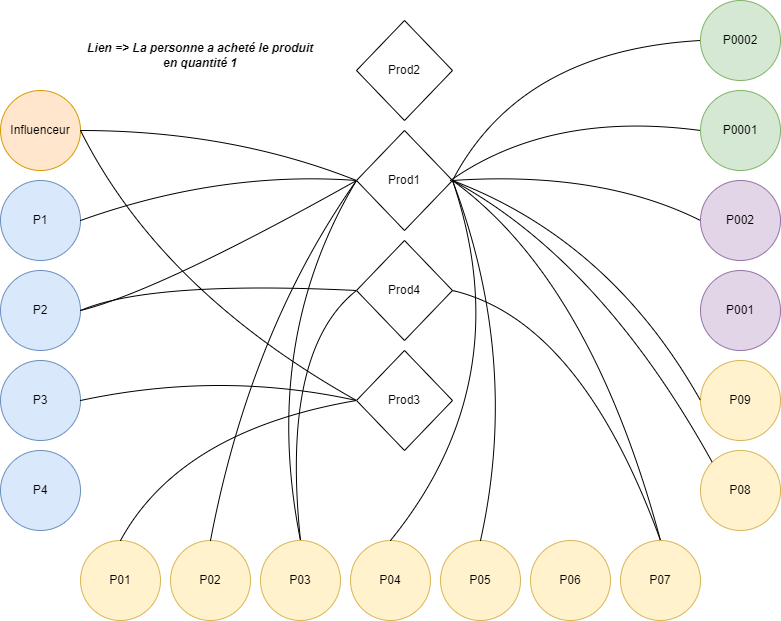
KontainPluton/tp_nosql_vs_sql keeps this draw.io diagram as doc/schemas/DiagrammePersonnesProduits-Produits.png. Above is the earlier version. Source tidied: cells renumbered, new cells last; positions are measured from the earlier drawing's top-left corner, leaving out a move shared by most shapes.
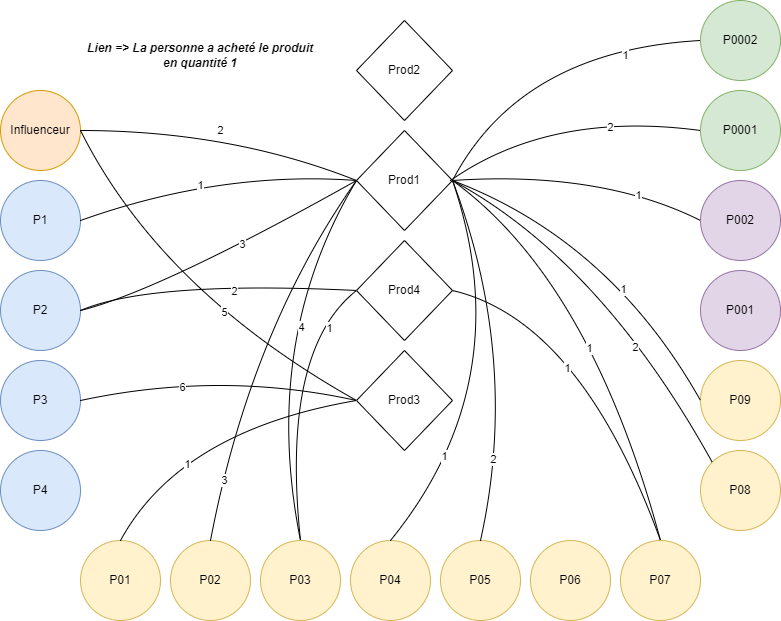
The same file after the commit.

Commit message:
Update diagram and add quantity

Change to the diagram source:
```diff
@@ -75,6 +75,11 @@
         </Array>
       </mxGeometry>
     </mxCell>
+    <mxCell id="44" value="2" style="edgeLabel;html=1;align=center;verticalAlign=middle;" parent="24" vertex="1">
+      <mxGeometry x="0.32" y="-7" relative="1" as="geometry">
+        <mxPoint x="-43" y="-21" as="offset" />
+      </mxGeometry>
+    </mxCell>
     <mxCell id="25" style="endArrow=none;html=1;curved=1;exitX=1;exitY=0.5;exitDx=0;exitDy=0;entryX=0;entryY=0.5;entryDx=0;entryDy=0;" parent="1" edge="1" source="3" target="20">
       <mxGeometry relative="1" as="geometry">
         <Array as="points">
@@ -82,6 +87,9 @@
         </Array>
       </mxGeometry>
     </mxCell>
+    <mxCell id="45" value="1" style="edgeLabel;html=1;align=center;verticalAlign=middle;" parent="25" vertex="1">
+      <mxGeometry x="-0.13" y="-7" relative="1" as="geometry" />
+    </mxCell>
     <mxCell id="26" style="endArrow=none;html=1;curved=1;exitX=1;exitY=0.5;exitDx=0;exitDy=0;entryX=0;entryY=0.5;entryDx=0;entryDy=0;" parent="1" edge="1" source="4" target="21">
       <mxGeometry relative="1" as="geometry">
         <Array as="points">
@@ -89,6 +97,9 @@
         </Array>
       </mxGeometry>
     </mxCell>
+    <mxCell id="46" value="2" style="edgeLabel;html=1;align=center;verticalAlign=middle;" parent="26" vertex="1">
+      <mxGeometry x="0.14" y="-6" relative="1" as="geometry" />
+    </mxCell>
     <mxCell id="27" style="endArrow=none;html=1;curved=1;exitX=1;exitY=0.5;exitDx=0;exitDy=0;entryX=0;entryY=0.5;entryDx=0;entryDy=0;" parent="1" edge="1" source="5" target="23">
       <mxGeometry relative="1" as="geometry">
         <Array as="points">
@@ -96,6 +107,9 @@
         </Array>
       </mxGeometry>
     </mxCell>
+    <mxCell id="47" value="6" style="edgeLabel;html=1;align=center;verticalAlign=middle;" parent="27" vertex="1">
+      <mxGeometry x="-0.27" y="-8" relative="1" as="geometry" />
+    </mxCell>
     <mxCell id="28" style="endArrow=none;html=1;curved=1;exitX=0;exitY=0.5;exitDx=0;exitDy=0;entryX=1;entryY=0.5;entryDx=0;entryDy=0;" parent="1" edge="1" source="19" target="20">
       <mxGeometry relative="1" as="geometry">
         <Array as="points">
@@ -103,6 +117,9 @@
         </Array>
       </mxGeometry>
     </mxCell>
+    <mxCell id="48" value="1" style="edgeLabel;html=1;align=center;verticalAlign=middle;" parent="28" vertex="1">
+      <mxGeometry x="-0.54" y="10" relative="1" as="geometry" />
+    </mxCell>
     <mxCell id="29" style="endArrow=none;html=1;curved=1;exitX=0;exitY=0.5;exitDx=0;exitDy=0;" parent="1" edge="1" source="18">
       <mxGeometry relative="1" as="geometry">
         <mxPoint x="450" y="180" as="targetPoint" />
@@ -111,6 +128,9 @@
         </Array>
       </mxGeometry>
     </mxCell>
+    <mxCell id="49" value="2" style="edgeLabel;html=1;align=center;verticalAlign=middle;" parent="29" vertex="1">
+      <mxGeometry x="-0.34" y="8" relative="1" as="geometry" />
+    </mxCell>
     <mxCell id="30" style="endArrow=none;html=1;curved=1;exitX=1;exitY=0.5;exitDx=0;exitDy=0;entryX=0;entryY=0.5;entryDx=0;entryDy=0;" parent="1" edge="1" source="4" target="20">
       <mxGeometry relative="1" as="geometry">
         <Array as="points">
@@ -118,6 +138,9 @@
         </Array>
       </mxGeometry>
     </mxCell>
+    <mxCell id="50" value="3" style="edgeLabel;html=1;align=center;verticalAlign=middle;" parent="30" vertex="1">
+      <mxGeometry x="0.14" y="1" relative="1" as="geometry" />
+    </mxCell>
     <mxCell id="31" style="endArrow=none;html=1;curved=1;exitX=1;exitY=0.5;exitDx=0;exitDy=0;entryX=0;entryY=0.5;entryDx=0;entryDy=0;" parent="1" edge="1" source="20" target="17">
       <mxGeometry relative="1" as="geometry">
         <Array as="points">
@@ -125,6 +148,9 @@
         </Array>
       </mxGeometry>
     </mxCell>
+    <mxCell id="51" value="1" style="edgeLabel;html=1;align=center;verticalAlign=middle;" parent="31" vertex="1">
+      <mxGeometry x="0.48" y="-5" relative="1" as="geometry" />
+    </mxCell>
     <mxCell id="32" style="endArrow=none;html=1;curved=1;exitX=1;exitY=0.5;exitDx=0;exitDy=0;entryX=0;entryY=0.5;entryDx=0;entryDy=0;" parent="1" edge="1" source="20" target="15">
       <mxGeometry relative="1" as="geometry">
         <Array as="points">
@@ -132,6 +158,9 @@
         </Array>
       </mxGeometry>
     </mxCell>
+    <mxCell id="52" value="1" style="edgeLabel;html=1;align=center;verticalAlign=middle;" parent="32" vertex="1">
+      <mxGeometry x="0.23" y="-13" relative="1" as="geometry" />
+    </mxCell>
     <mxCell id="33" style="endArrow=none;html=1;curved=1;exitX=1;exitY=0.5;exitDx=0;exitDy=0;entryX=0;entryY=0;entryDx=0;entryDy=0;" parent="1" edge="1" source="20" target="14">
       <mxGeometry relative="1" as="geometry">
         <Array as="points">
@@ -139,6 +168,9 @@
         </Array>
       </mxGeometry>
     </mxCell>
+    <mxCell id="53" value="2" style="edgeLabel;html=1;align=center;verticalAlign=middle;" parent="33" vertex="1">
+      <mxGeometry x="0.31" y="-12" relative="1" as="geometry" />
+    </mxCell>
     <mxCell id="34" style="endArrow=none;html=1;curved=1;exitX=1;exitY=0.5;exitDx=0;exitDy=0;entryX=0.5;entryY=0;entryDx=0;entryDy=0;" parent="1" edge="1" source="20" target="13">
       <mxGeometry relative="1" as="geometry">
         <Array as="points">
@@ -146,6 +178,9 @@
         </Array>
       </mxGeometry>
     </mxCell>
+    <mxCell id="54" value="1" style="edgeLabel;html=1;align=center;verticalAlign=middle;" parent="34" vertex="1">
+      <mxGeometry x="0.07" y="-19" relative="1" as="geometry" />
+    </mxCell>
     <mxCell id="35" style="endArrow=none;html=1;curved=1;exitX=1;exitY=0.5;exitDx=0;exitDy=0;" parent="1" edge="1" source="21">
       <mxGeometry relative="1" as="geometry">
         <mxPoint x="660" y="540" as="targetPoint" />
@@ -154,6 +189,9 @@
         </Array>
       </mxGeometry>
     </mxCell>
+    <mxCell id="55" value="1" style="edgeLabel;html=1;align=center;verticalAlign=middle;" parent="35" vertex="1">
+      <mxGeometry x="-0.06" y="-29" relative="1" as="geometry" />
+    </mxCell>
     <mxCell id="36" style="endArrow=none;html=1;curved=1;exitX=0.5;exitY=0;exitDx=0;exitDy=0;entryX=1;entryY=0.5;entryDx=0;entryDy=0;" parent="1" edge="1" source="11" target="20">
       <mxGeometry relative="1" as="geometry">
         <Array as="points">
@@ -161,6 +199,9 @@
         </Array>
       </mxGeometry>
     </mxCell>
+    <mxCell id="56" value="2" style="edgeLabel;html=1;align=center;verticalAlign=middle;" parent="36" vertex="1">
+      <mxGeometry x="-0.57" y="5" relative="1" as="geometry" />
+    </mxCell>
     <mxCell id="37" style="endArrow=none;html=1;curved=1;exitX=0.5;exitY=0;exitDx=0;exitDy=0;entryX=1;entryY=0.5;entryDx=0;entryDy=0;" parent="1" edge="1" source="10" target="20">
       <mxGeometry relative="1" as="geometry">
         <Array as="points">
@@ -168,6 +209,9 @@
         </Array>
       </mxGeometry>
     </mxCell>
+    <mxCell id="57" value="1" style="edgeLabel;html=1;align=center;verticalAlign=middle;" parent="37" vertex="1">
+      <mxGeometry x="-0.53" y="12" relative="1" as="geometry" />
+    </mxCell>
     <mxCell id="38" style="endArrow=none;html=1;curved=1;exitX=0.5;exitY=0;exitDx=0;exitDy=0;entryX=0;entryY=0.5;entryDx=0;entryDy=0;" parent="1" edge="1" source="9" target="20">
       <mxGeometry relative="1" as="geometry">
         <Array as="points">
@@ -175,6 +219,9 @@
         </Array>
       </mxGeometry>
     </mxCell>
+    <mxCell id="58" value="4" style="edgeLabel;html=1;align=center;verticalAlign=middle;" parent="38" vertex="1">
+      <mxGeometry x="0.21" y="-28" relative="1" as="geometry" />
+    </mxCell>
     <mxCell id="39" style="endArrow=none;html=1;curved=1;exitX=0.5;exitY=0;exitDx=0;exitDy=0;entryX=0;entryY=0.5;entryDx=0;entryDy=0;" parent="1" edge="1" source="9" target="21">
       <mxGeometry relative="1" as="geometry">
         <Array as="points">
@@ -182,6 +229,9 @@
         </Array>
       </mxGeometry>
     </mxCell>
+    <mxCell id="59" value="1" style="edgeLabel;html=1;align=center;verticalAlign=middle;" parent="39" vertex="1">
+      <mxGeometry x="0.69" y="-12" relative="1" as="geometry" />
+    </mxCell>
     <mxCell id="40" style="endArrow=none;html=1;curved=1;exitX=0.5;exitY=0;exitDx=0;exitDy=0;entryX=0;entryY=0.5;entryDx=0;entryDy=0;" parent="1" edge="1" source="8" target="20">
       <mxGeometry relative="1" as="geometry">
         <Array as="points">
@@ -189,6 +239,9 @@
         </Array>
       </mxGeometry>
     </mxCell>
+    <mxCell id="60" value="3" style="edgeLabel;html=1;align=center;verticalAlign=middle;" parent="40" vertex="1">
+      <mxGeometry x="-0.69" y="-2" relative="1" as="geometry" />
+    </mxCell>
     <mxCell id="41" style="endArrow=none;html=1;curved=1;exitX=0.5;exitY=0;exitDx=0;exitDy=0;entryX=0;entryY=0.5;entryDx=0;entryDy=0;" parent="1" edge="1" source="7" target="23">
       <mxGeometry relative="1" as="geometry">
         <Array as="points">
@@ -196,6 +249,9 @@
         </Array>
       </mxGeometry>
     </mxCell>
+    <mxCell id="61" value="1" style="edgeLabel;html=1;align=center;verticalAlign=middle;" parent="41" vertex="1">
+      <mxGeometry x="-0.35" y="-22" relative="1" as="geometry" />
+    </mxCell>
     <mxCell id="42" style="endArrow=none;html=1;curved=1;exitX=1;exitY=0.5;exitDx=0;exitDy=0;entryX=0;entryY=0.5;entryDx=0;entryDy=0;" parent="1" edge="1" source="2" target="23">
       <mxGeometry relative="1" as="geometry">
         <Array as="points">
@@ -203,6 +259,9 @@
         </Array>
       </mxGeometry>
     </mxCell>
+    <mxCell id="62" value="5" style="edgeLabel;html=1;align=center;verticalAlign=middle;" parent="42" vertex="1">
+      <mxGeometry x="0.22" y="12" relative="1" as="geometry" />
+    </mxCell>
     <mxCell id="43" value="&lt;b&gt;&lt;i&gt;Lien =&amp;gt; La personne a acheté le produit en quantité 1&lt;/i&gt;&lt;/b&gt;" style="text;html=1;strokeColor=none;fillColor=none;align=center;verticalAlign=middle;whiteSpace=wrap;rounded=0;" parent="1" vertex="1">
       <mxGeometry x="80" y="40" width="240" height="30" as="geometry" />
     </mxCell>
```
